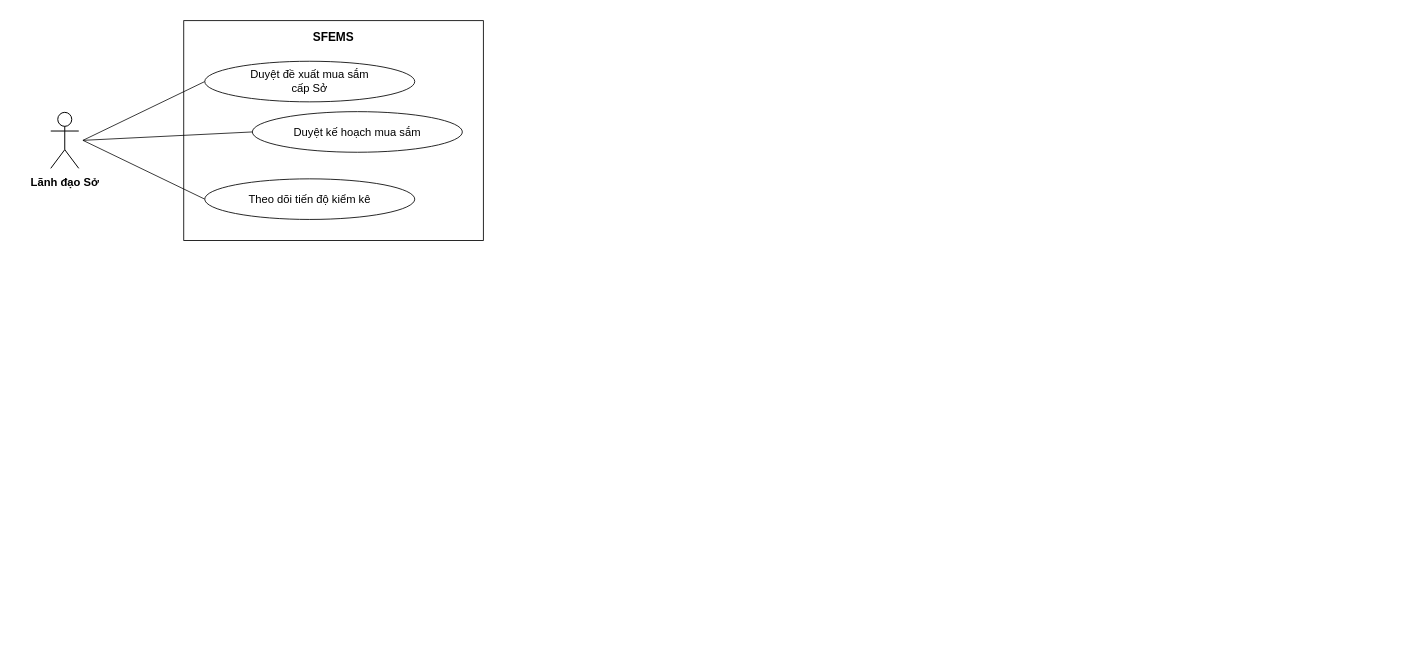
The draw.io diagram docs/VN/diagram/Report 3/05 Use case/03 Lanh dao So.drawio in LuuDong2004/SEP490_G123_SFEMS, before the edit. Source tidied: cells renumbered, new cells numbered last; positions are measured from the earlier drawing's top-left corner, leaving out a move shared by most shapes. Both pictures are drawn from the tidied source at 70%, with x=0, y=0 at pixel (12, 20).
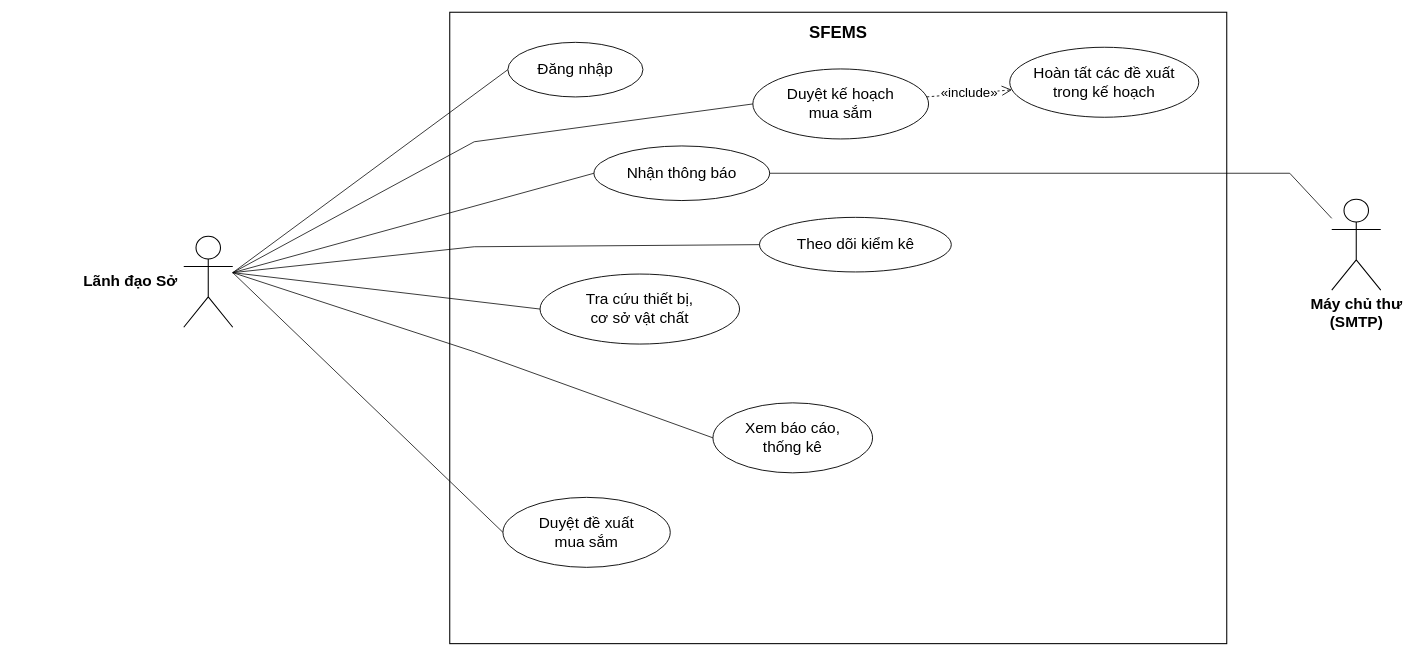
The same diagram, later.

The edit, as a diff of the source:
```diff
@@
-    <mxCell id="2" value="SFEMS" style="rounded=0;fillColor=none;strokeColor=#000000;strokeWidth=1.2;verticalAlign=top;align=center;fontSize=17;fontStyle=1;spacingTop=8;fontFamily=Arial;html=1;whiteSpace=wrap;" parent="1" vertex="1">
-      <mxGeometry x="245" width="428" height="314" as="geometry" />
+    <mxCell id="2" value="SFEMS" style="rounded=0;whiteSpace=wrap;html=1;fillColor=none;strokeColor=#000000;strokeWidth=1.5;verticalAlign=top;fontSize=24;fontStyle=1;fontFamily=Arial;spacingTop=8;" parent="1" vertex="1">
+      <mxGeometry x="625" y="-12" width="1110" height="902" as="geometry" />
     </mxCell>
-    <mxCell id="3" style="endArrow=none;rounded=0;strokeColor=#000000;strokeWidth=1.1;fontFamily=Arial;html=1;" parent="1" edge="1">
-      <mxGeometry relative="1" as="geometry">
-        <mxPoint x="101" y="171" as="sourcePoint" />
-        <mxPoint x="275" y="87" as="targetPoint" />
-      </mxGeometry>
+    <mxCell id="3" value="Lãnh đạo Sở" style="shape=umlActor;labelPosition=left;align=right;verticalLabelPosition=middle;verticalAlign=middle;spacingRight=8;html=1;outlineConnect=0;fontSize=22;fontStyle=1;fontFamily=Arial;strokeWidth=1.5;" parent="1" vertex="1">
+      <mxGeometry x="245" y="308" width="70" height="130" as="geometry" />
     </mxCell>
-    <mxCell id="4" style="endArrow=none;rounded=0;strokeColor=#000000;strokeWidth=1.1;fontFamily=Arial;html=1;" parent="1" edge="1">
-      <mxGeometry relative="1" as="geometry">
-        <mxPoint x="101" y="171" as="sourcePoint" />
-        <mxPoint x="343" y="159" as="targetPoint" />
-      </mxGeometry>
+    <mxCell id="4" value="Đăng nhập" style="ellipse;whiteSpace=wrap;html=1;fillColor=#FFFFFF;strokeColor=#000000;strokeWidth=1.3;fontSize=22;fontFamily=Arial;" parent="1" vertex="1">
+      <mxGeometry x="708" y="31" width="193" height="78" as="geometry" />
     </mxCell>
-    <mxCell id="5" style="endArrow=none;rounded=0;strokeColor=#000000;strokeWidth=1.1;fontFamily=Arial;html=1;" parent="1" edge="1">
-      <mxGeometry relative="1" as="geometry">
-        <mxPoint x="101" y="171" as="sourcePoint" />
-        <mxPoint x="275" y="255" as="targetPoint" />
-      </mxGeometry>
+    <mxCell id="5" style="endArrow=none;html=1;rounded=0;strokeWidth=1.1;strokeColor=#000000;exitX=1;exitY=0.4;exitDx=0;exitDy=0;entryX=0;entryY=0.5;entryDx=0;entryDy=0;" parent="1" edge="1" source="3" target="4">
+      <mxGeometry relative="1" as="geometry" />
     </mxCell>
-    <mxCell id="6" value="Duyệt đề xuất mua sắm&lt;br&gt;cấp Sở" style="ellipse;fillColor=#FFFFFF;strokeColor=#000000;strokeWidth=1.2;fontSize=16;fontStyle=0;fontFamily=Arial;html=1;whiteSpace=wrap;" parent="1" vertex="1">
-      <mxGeometry x="275" y="58" width="300" height="58" as="geometry" />
+    <mxCell id="6" value="Nhận thông báo" style="ellipse;whiteSpace=wrap;html=1;fillColor=#FFFFFF;strokeColor=#000000;strokeWidth=1.3;fontSize=22;fontFamily=Arial;" parent="1" vertex="1">
+      <mxGeometry x="831" y="179" width="251" height="78" as="geometry" />
     </mxCell>
-    <mxCell id="7" value="Duyệt kế hoạch mua sắm" style="ellipse;fillColor=#FFFFFF;strokeColor=#000000;strokeWidth=1.2;fontSize=16;fontStyle=0;fontFamily=Arial;html=1;whiteSpace=wrap;" parent="1" vertex="1">
-      <mxGeometry x="343" y="130" width="300" height="58" as="geometry" />
+    <mxCell id="7" style="endArrow=none;html=1;rounded=0;strokeWidth=1.1;strokeColor=#000000;exitX=1;exitY=0.4;exitDx=0;exitDy=0;entryX=0;entryY=0.5;entryDx=0;entryDy=0;" parent="1" edge="1" source="3" target="6">
+      <mxGeometry relative="1" as="geometry" />
     </mxCell>
-    <mxCell id="8" value="Theo dõi tiến độ kiểm kê" style="ellipse;fillColor=#FFFFFF;strokeColor=#000000;strokeWidth=1.2;fontSize=16;fontStyle=0;fontFamily=Arial;html=1;whiteSpace=wrap;" parent="1" vertex="1">
-      <mxGeometry x="275" y="226" width="300" height="58" as="geometry" />
+    <mxCell id="8" value="Tra cứu thiết bị,&lt;br&gt;cơ sở vật chất" style="ellipse;whiteSpace=wrap;html=1;fillColor=#FFFFFF;strokeColor=#000000;strokeWidth=1.3;fontSize=22;fontFamily=Arial;" parent="1" vertex="1">
+      <mxGeometry x="754" y="362" width="285" height="100" as="geometry" />
     </mxCell>
-    <mxCell id="9" style="shape=umlActor;fillColor=#FFFFFF;strokeColor=#000000;strokeWidth=1.4;fontFamily=Arial;html=1;" parent="1" vertex="1">
-      <mxGeometry x="55" y="131" width="40" height="80" as="geometry" />
+    <mxCell id="9" style="endArrow=none;html=1;rounded=0;strokeWidth=1.1;strokeColor=#000000;exitX=1;exitY=0.4;exitDx=0;exitDy=0;entryX=0;entryY=0.5;entryDx=0;entryDy=0;" parent="1" edge="1" source="3" target="8">
+      <mxGeometry relative="1" as="geometry" />
     </mxCell>
-    <mxCell id="10" value="Lãnh đạo Sở" style="text;strokeColor=none;fillColor=none;align=center;verticalAlign=top;fontSize=16;fontStyle=1;spacing=0;fontFamily=Arial;html=1;" parent="1" vertex="1">
-      <mxGeometry y="217" width="150" height="60" as="geometry" />
+    <mxCell id="10" value="Duyệt đề xuất&lt;br&gt;mua sắm" style="ellipse;whiteSpace=wrap;html=1;fillColor=#FFFFFF;strokeColor=#000000;strokeWidth=1.3;fontSize=22;fontFamily=Arial;" parent="1" vertex="1">
+      <mxGeometry x="701" y="681" width="239" height="100" as="geometry" />
     </mxCell>
+    <mxCell id="11" style="endArrow=none;html=1;rounded=0;strokeWidth=1.1;strokeColor=#000000;exitX=1;exitY=0.4;exitDx=0;exitDy=0;entryX=0;entryY=0.5;entryDx=0;entryDy=0;" parent="1" edge="1" source="3" target="10">
+      <mxGeometry relative="1" as="geometry" />
+    </mxCell>
+    <mxCell id="12" value="Duyệt kế hoạch&lt;br&gt;mua sắm" style="ellipse;whiteSpace=wrap;html=1;fillColor=#FFFFFF;strokeColor=#000000;strokeWidth=1.3;fontSize=22;fontFamily=Arial;" parent="1" vertex="1">
+      <mxGeometry x="1058" y="69" width="251" height="100" as="geometry" />
+    </mxCell>
+    <mxCell id="13" style="endArrow=none;html=1;rounded=0;strokeWidth=1.1;strokeColor=#000000;exitX=1;exitY=0.4;exitDx=0;exitDy=0;entryX=0;entryY=0.5;entryDx=0;entryDy=0;" parent="1" edge="1" source="3" target="12">
+      <mxGeometry relative="1" as="geometry">
+        <Array as="points">
+          <mxPoint x="660" y="173" />
+        </Array>
+      </mxGeometry>
+    </mxCell>
+    <mxCell id="14" value="Theo dõi kiểm kê" style="ellipse;whiteSpace=wrap;html=1;fillColor=#FFFFFF;strokeColor=#000000;strokeWidth=1.3;fontSize=22;fontFamily=Arial;" parent="1" vertex="1">
+      <mxGeometry x="1067.5" y="281" width="274" height="78" as="geometry" />
+    </mxCell>
+    <mxCell id="15" style="endArrow=none;html=1;rounded=0;strokeWidth=1.1;strokeColor=#000000;exitX=1;exitY=0.4;exitDx=0;exitDy=0;entryX=0;entryY=0.5;entryDx=0;entryDy=0;" parent="1" edge="1" source="3" target="14">
+      <mxGeometry relative="1" as="geometry">
+        <Array as="points">
+          <mxPoint x="660" y="323" />
+        </Array>
+      </mxGeometry>
+    </mxCell>
+    <mxCell id="16" value="Xem báo cáo,&lt;br&gt;thống kê" style="ellipse;whiteSpace=wrap;html=1;fillColor=#FFFFFF;strokeColor=#000000;strokeWidth=1.3;fontSize=22;fontFamily=Arial;" parent="1" vertex="1">
+      <mxGeometry x="1001" y="546" width="228" height="100" as="geometry" />
+    </mxCell>
+    <mxCell id="17" style="endArrow=none;html=1;rounded=0;strokeWidth=1.1;strokeColor=#000000;exitX=1;exitY=0.4;exitDx=0;exitDy=0;entryX=0;entryY=0.5;entryDx=0;entryDy=0;" parent="1" edge="1" source="3" target="16">
+      <mxGeometry relative="1" as="geometry">
+        <Array as="points">
+          <mxPoint x="660" y="473" />
+        </Array>
+      </mxGeometry>
+    </mxCell>
+    <mxCell id="18" value="Máy chủ thư&lt;br&gt;(SMTP)" style="shape=umlActor;verticalLabelPosition=bottom;verticalAlign=top;html=1;outlineConnect=0;fontSize=22;fontStyle=1;fontFamily=Arial;strokeWidth=1.5;" parent="1" vertex="1">
+      <mxGeometry x="1885" y="255" width="70" height="130" as="geometry" />
+    </mxCell>
+    <mxCell id="19" style="endArrow=none;html=1;rounded=0;strokeWidth=1.1;strokeColor=#000000;entryX=1;entryY=0.5;entryDx=0;entryDy=0;" parent="1" edge="1" source="18" target="6">
+      <mxGeometry relative="1" as="geometry">
+        <Array as="points">
+          <mxPoint x="1825" y="218" />
+        </Array>
+      </mxGeometry>
+    </mxCell>
+    <mxCell id="20" value="Hoàn tất các đề xuất&lt;br&gt;trong kế hoạch" style="ellipse;whiteSpace=wrap;html=1;fillColor=#FFFFFF;strokeColor=#000000;strokeWidth=1.3;fontSize=22;fontFamily=Arial;" parent="1" vertex="1">
+      <mxGeometry x="1425" y="38" width="270" height="100" as="geometry" />
+    </mxCell>
+    <mxCell id="21" value="«include»" style="endArrow=open;endSize=12;dashed=1;html=1;rounded=0;strokeWidth=1.2;strokeColor=#000000;fontSize=19;fontFamily=Arial;labelBackgroundColor=#FFFFFF;" parent="1" edge="1" source="12" target="20">
+      <mxGeometry relative="1" as="geometry" />
+    </mxCell>
```
